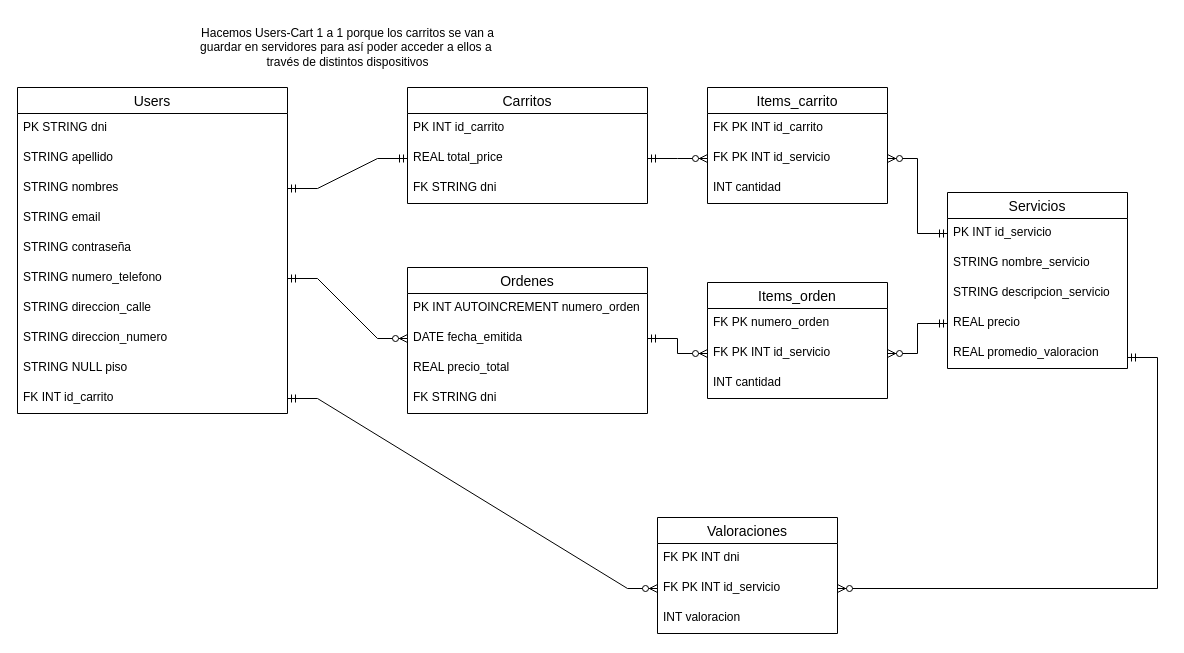
nicolasRuarte/olimpiadas-fvhn keeps this draw.io diagram as archivos/BD.drawio. Above is the earlier version. Source tidied: cells renumbered, new cells numbered last; positions are measured from the earlier drawing's top-left corner, leaving out a move shared by most shapes. Both pictures are drawn from the tidied source at 100%, with x=0, y=0 at pixel (17, 17).
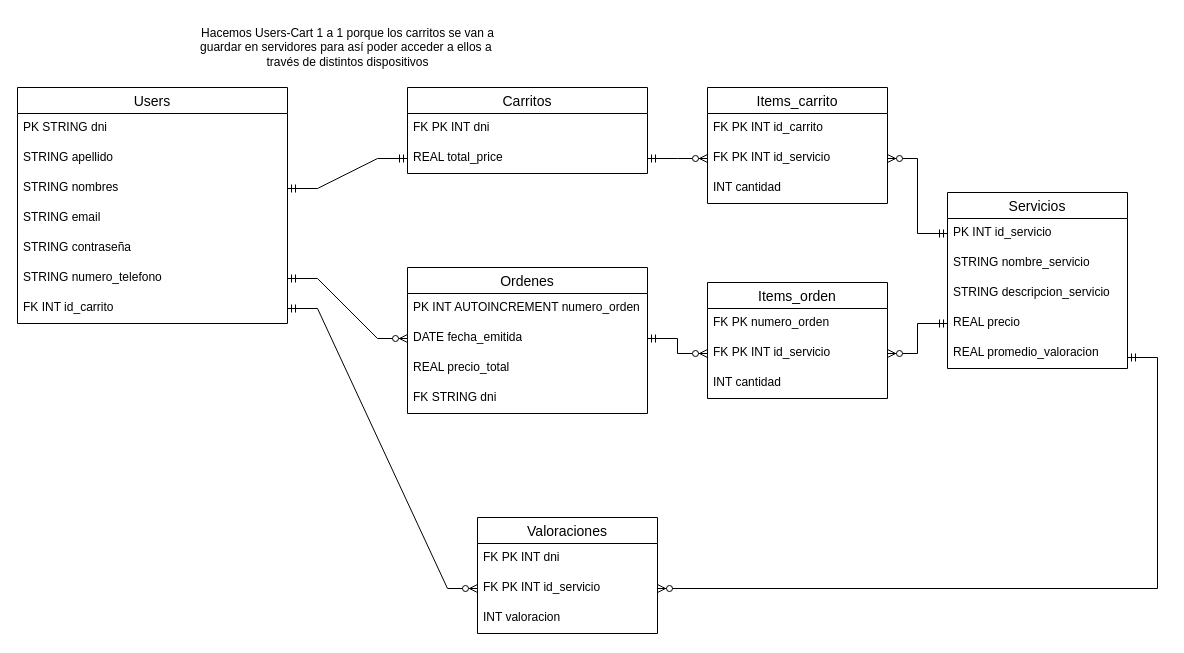
The same diagram, later.

Commit message:
Cambios ligeros, no terminado

The change refers to these unchanged cells:
```xml
<mxCell id="45" value="FK PK INT id_servicio" style="text;strokeColor=none;fillColor=none;spacingLeft=4;spacingRight=4;overflow=hidden;points=[[0,0.5],[1,0.5]];portConstraint=eastwest;fontSize=12;whiteSpace=wrap;html=1;" parent="43" vertex="1">
  <mxGeometry y="56" width="180" height="30" as="geometry" />
</mxCell>
```

What changed in the source:
```diff
@@
     <mxCell id="2" value="Users" style="swimlane;fontStyle=0;horizontal=1;startSize=26;align=center;fontSize=14;" parent="1" vertex="1">
-      <mxGeometry y="70" width="270" height="326" as="geometry" />
+      <mxGeometry y="70" width="270" height="236" as="geometry" />
     </mxCell>
@@
-    <mxCell id="9" value="STRING direccion_calle" style="text;strokeColor=none;fillColor=none;spacingLeft=4;spacingRight=4;overflow=hidden;fontSize=12;whiteSpace=wrap;html=1;" parent="2" vertex="1">
-      <mxGeometry y="206" width="270" height="30" as="geometry" />
-    </mxCell>
-    <mxCell id="10" value="STRING direccion_numero" style="text;strokeColor=none;fillColor=none;spacingLeft=4;spacingRight=4;overflow=hidden;fontSize=12;whiteSpace=wrap;html=1;" parent="2" vertex="1">
-      <mxGeometry y="236" width="270" height="30" as="geometry" />
-    </mxCell>
-    <mxCell id="11" value="STRING NULL piso" style="text;strokeColor=none;fillColor=none;spacingLeft=4;spacingRight=4;overflow=hidden;fontSize=12;whiteSpace=wrap;html=1;" parent="2" vertex="1">
-      <mxGeometry y="266" width="270" height="30" as="geometry" />
-    </mxCell>
     <mxCell id="12" value="FK INT id_carrito" style="text;strokeColor=none;fillColor=none;spacingLeft=4;spacingRight=4;overflow=hidden;points=[[0,0.5],[1,0.5]];portConstraint=eastwest;fontSize=12;whiteSpace=wrap;html=1;" parent="2" vertex="1">
-      <mxGeometry y="296" width="270" height="30" as="geometry" />
+      <mxGeometry y="206" width="270" height="30" as="geometry" />
     </mxCell>
@@
     <mxCell id="19" value="Carritos" style="swimlane;fontStyle=0;horizontal=1;startSize=26;align=center;fontSize=14;" parent="1" vertex="1">
-      <mxGeometry x="390" y="70" width="240" height="116" as="geometry" />
+      <mxGeometry x="390" y="70" width="240" height="86" as="geometry" />
     </mxCell>
-    <mxCell id="20" value="PK INT id_carrito" style="text;strokeColor=none;fillColor=none;spacingLeft=4;spacingRight=4;overflow=hidden;fontSize=12;whiteSpace=wrap;html=1;" parent="19" vertex="1">
+    <mxCell id="20" value="FK PK INT dni" style="text;strokeColor=none;fillColor=none;spacingLeft=4;spacingRight=4;overflow=hidden;fontSize=12;whiteSpace=wrap;html=1;" parent="19" vertex="1">
       <mxGeometry y="26" width="240" height="30" as="geometry" />
     </mxCell>
@@
-    <mxCell id="22" value="FK STRING dni" style="text;strokeColor=none;fillColor=none;spacingLeft=4;spacingRight=4;overflow=hidden;fontSize=12;whiteSpace=wrap;html=1;" parent="19" vertex="1">
-      <mxGeometry y="86" width="240" height="30" as="geometry" />
-    </mxCell>
@@
     <mxCell id="43" value="Valoraciones" style="swimlane;fontStyle=0;horizontal=1;startSize=26;align=center;fontSize=14;" parent="1" vertex="1">
-      <mxGeometry x="640" y="500" width="180" height="116" as="geometry" />
+      <mxGeometry x="460" y="500" width="180" height="116" as="geometry" />
     </mxCell>
@@
-    <mxCell id="47" style="edgeStyle=entityRelationEdgeStyle;fontSize=12;html=1;endArrow=ERzeroToMany;startArrow=ERmandOne;rounded=0;entryX=0;entryY=0.5;entryDx=0;entryDy=0;" parent="1" edge="1" source="12" target="45">
+    <mxCell id="47" style="edgeStyle=entityRelationEdgeStyle;fontSize=12;html=1;endArrow=ERzeroToMany;startArrow=ERmandOne;rounded=0;entryX=0;entryY=0.5;entryDx=0;entryDy=0;exitX=1;exitY=0.5;exitDx=0;exitDy=0;" parent="1" edge="1" source="12" target="45">
       <mxGeometry relative="1" as="geometry" />
     </mxCell>
```
